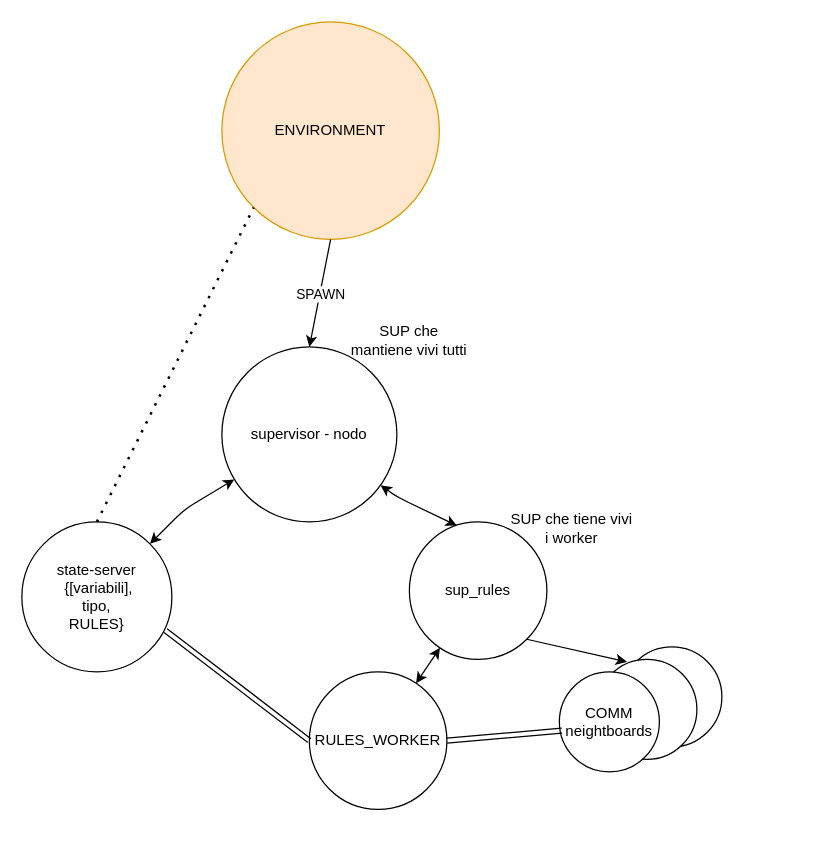
This is draws/draw_nodeworker.drawio from DiegoBorsoi/ProgettoSistemiDistribuiti, a draw.io file, before an edit. Source tidied: cells renumbered, new cells numbered last; positions are measured from the earlier drawing's top-left corner, leaving out a move shared by most shapes. Both pictures are drawn from the tidied source at 125%, with x=0, y=0 at pixel (21, 21).
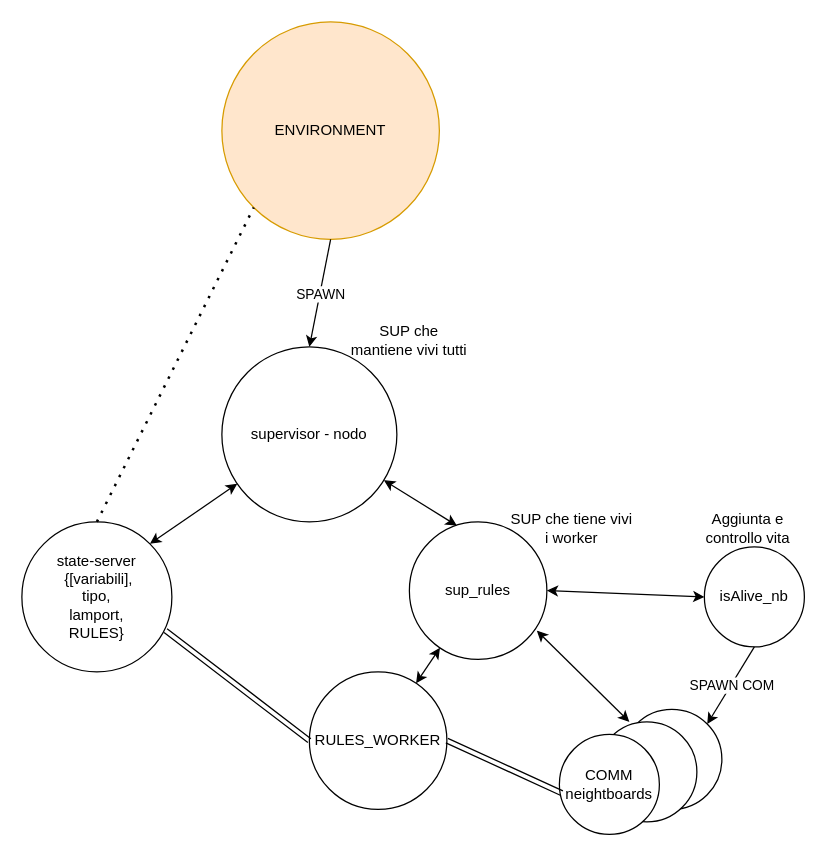
Above is the later version.

Unchanged cells that the change refers to:
```xml
<mxCell id="3" value="supervisor - nodo" style="ellipse;whiteSpace=wrap;html=1;" parent="1" vertex="1">
  <mxGeometry x="160" y="260" width="140" height="140" as="geometry" />
</mxCell>
<mxCell id="6" value="sup_rules" style="ellipse;whiteSpace=wrap;html=1;" parent="1" vertex="1">
  <mxGeometry x="310" y="400" width="110" height="110" as="geometry" />
</mxCell>
```

What changed in the source:
```diff
@@
     <mxCell id="2" style="ellipse;whiteSpace=wrap;html=1;" parent="1" vertex="1">
-      <mxGeometry x="480" y="500" width="80" height="80" as="geometry" />
+      <mxGeometry x="480" y="550" width="80" height="80" as="geometry" />
     </mxCell>
@@
-    <mxCell id="4" value="state-server&lt;br&gt;&amp;nbsp;{[variabili], &lt;br&gt;tipo,&lt;br&gt;RULES}" style="ellipse;whiteSpace=wrap;html=1;" parent="1" vertex="1">
+    <mxCell id="4" value="state-server&lt;br&gt;&amp;nbsp;{[variabili], &lt;br&gt;tipo,&lt;br&gt;lamport,&lt;br&gt;RULES}" style="ellipse;whiteSpace=wrap;html=1;" parent="1" vertex="1">
       <mxGeometry y="400" width="120" height="120" as="geometry" />
     </mxCell>
     <mxCell id="5" style="endArrow=classic;startArrow=classic;html=1;exitX=1;exitY=0;exitDx=0;exitDy=0;" parent="1" edge="1" source="4" target="3">
-      <mxGeometry relative="1" as="geometry">
-        <Array as="points">
-          <mxPoint x="130" y="390" />
-        </Array>
-      </mxGeometry>
+      <mxGeometry relative="1" as="geometry" />
     </mxCell>
@@
     <mxCell id="7" style="endArrow=classic;startArrow=classic;html=1;entryX=0.345;entryY=0.027;entryDx=0;entryDy=0;entryPerimeter=0;" parent="1" edge="1" source="3" target="6">
-      <mxGeometry relative="1" as="geometry">
-        <Array as="points">
-          <mxPoint x="300" y="380" />
-        </Array>
-      </mxGeometry>
+      <mxGeometry relative="1" as="geometry" />
     </mxCell>
     <mxCell id="8" style="ellipse;whiteSpace=wrap;html=1;" parent="1" vertex="1">
-      <mxGeometry x="460" y="510" width="80" height="80" as="geometry" />
+      <mxGeometry x="460" y="560" width="80" height="80" as="geometry" />
     </mxCell>
     <mxCell id="9" value="COMM&lt;br&gt;neightboards" style="ellipse;whiteSpace=wrap;html=1;" parent="1" vertex="1">
-      <mxGeometry x="430" y="520" width="80" height="80" as="geometry" />
+      <mxGeometry x="430" y="570" width="80" height="80" as="geometry" />
     </mxCell>
-    <mxCell id="10" style="endArrow=classic;html=1;exitX=1;exitY=1;exitDx=0;exitDy=0;entryX=0.3;entryY=0.025;entryDx=0;entryDy=0;entryPerimeter=0;" parent="1" edge="1" source="6" target="8">
-      <mxGeometry relative="1" as="geometry" />
-    </mxCell>
@@
+    <mxCell id="21" value="isAlive_nb" style="ellipse;whiteSpace=wrap;html=1;" parent="1" vertex="1">
+      <mxGeometry x="546" y="420" width="80" height="80" as="geometry" />
+    </mxCell>
+    <mxCell id="22" style="endArrow=classic;startArrow=classic;html=1;entryX=0;entryY=0.5;entryDx=0;entryDy=0;exitX=1;exitY=0.5;exitDx=0;exitDy=0;" parent="1" edge="1" source="6" target="21">
+      <mxGeometry relative="1" as="geometry" />
+    </mxCell>
+    <mxCell id="10" style="endArrow=classic;startArrow=classic;html=1;entryX=0.325;entryY=0;entryDx=0;entryDy=0;entryPerimeter=0;exitX=0.927;exitY=0.791;exitDx=0;exitDy=0;exitPerimeter=0;" parent="1" edge="1" source="6" target="8">
+      <mxGeometry relative="1" as="geometry" />
+    </mxCell>
+    <mxCell id="23" value="Aggiunta e controllo vita" style="text;html=1;strokeColor=none;fillColor=none;align=center;verticalAlign=middle;whiteSpace=wrap;rounded=0;" parent="1" vertex="1">
+      <mxGeometry x="536" y="395" width="90" height="20" as="geometry" />
+    </mxCell>
+    <mxCell id="24" style="endArrow=classic;html=1;entryX=1;entryY=0;entryDx=0;entryDy=0;exitX=0.5;exitY=1;exitDx=0;exitDy=0;" parent="1" edge="1" source="21" target="2">
+      <mxGeometry relative="1" as="geometry" />
+    </mxCell>
+    <mxCell id="25" value="SPAWN COM" style="edgeLabel;html=1;align=center;verticalAlign=middle;" parent="24" vertex="1">
+      <mxGeometry relative="1" as="geometry" />
+    </mxCell>
```
